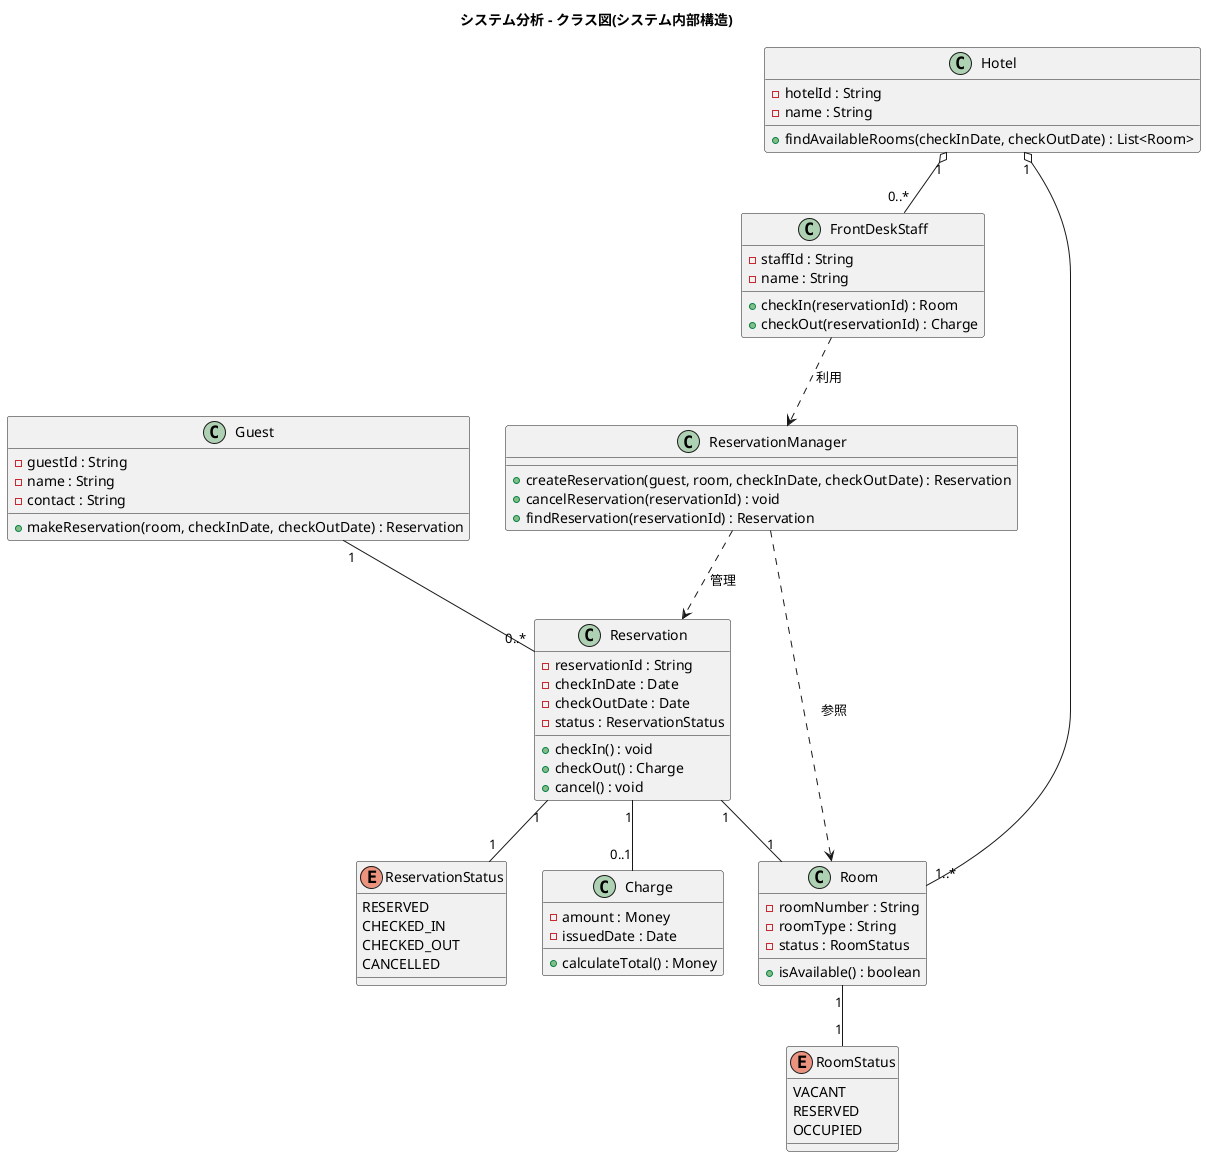
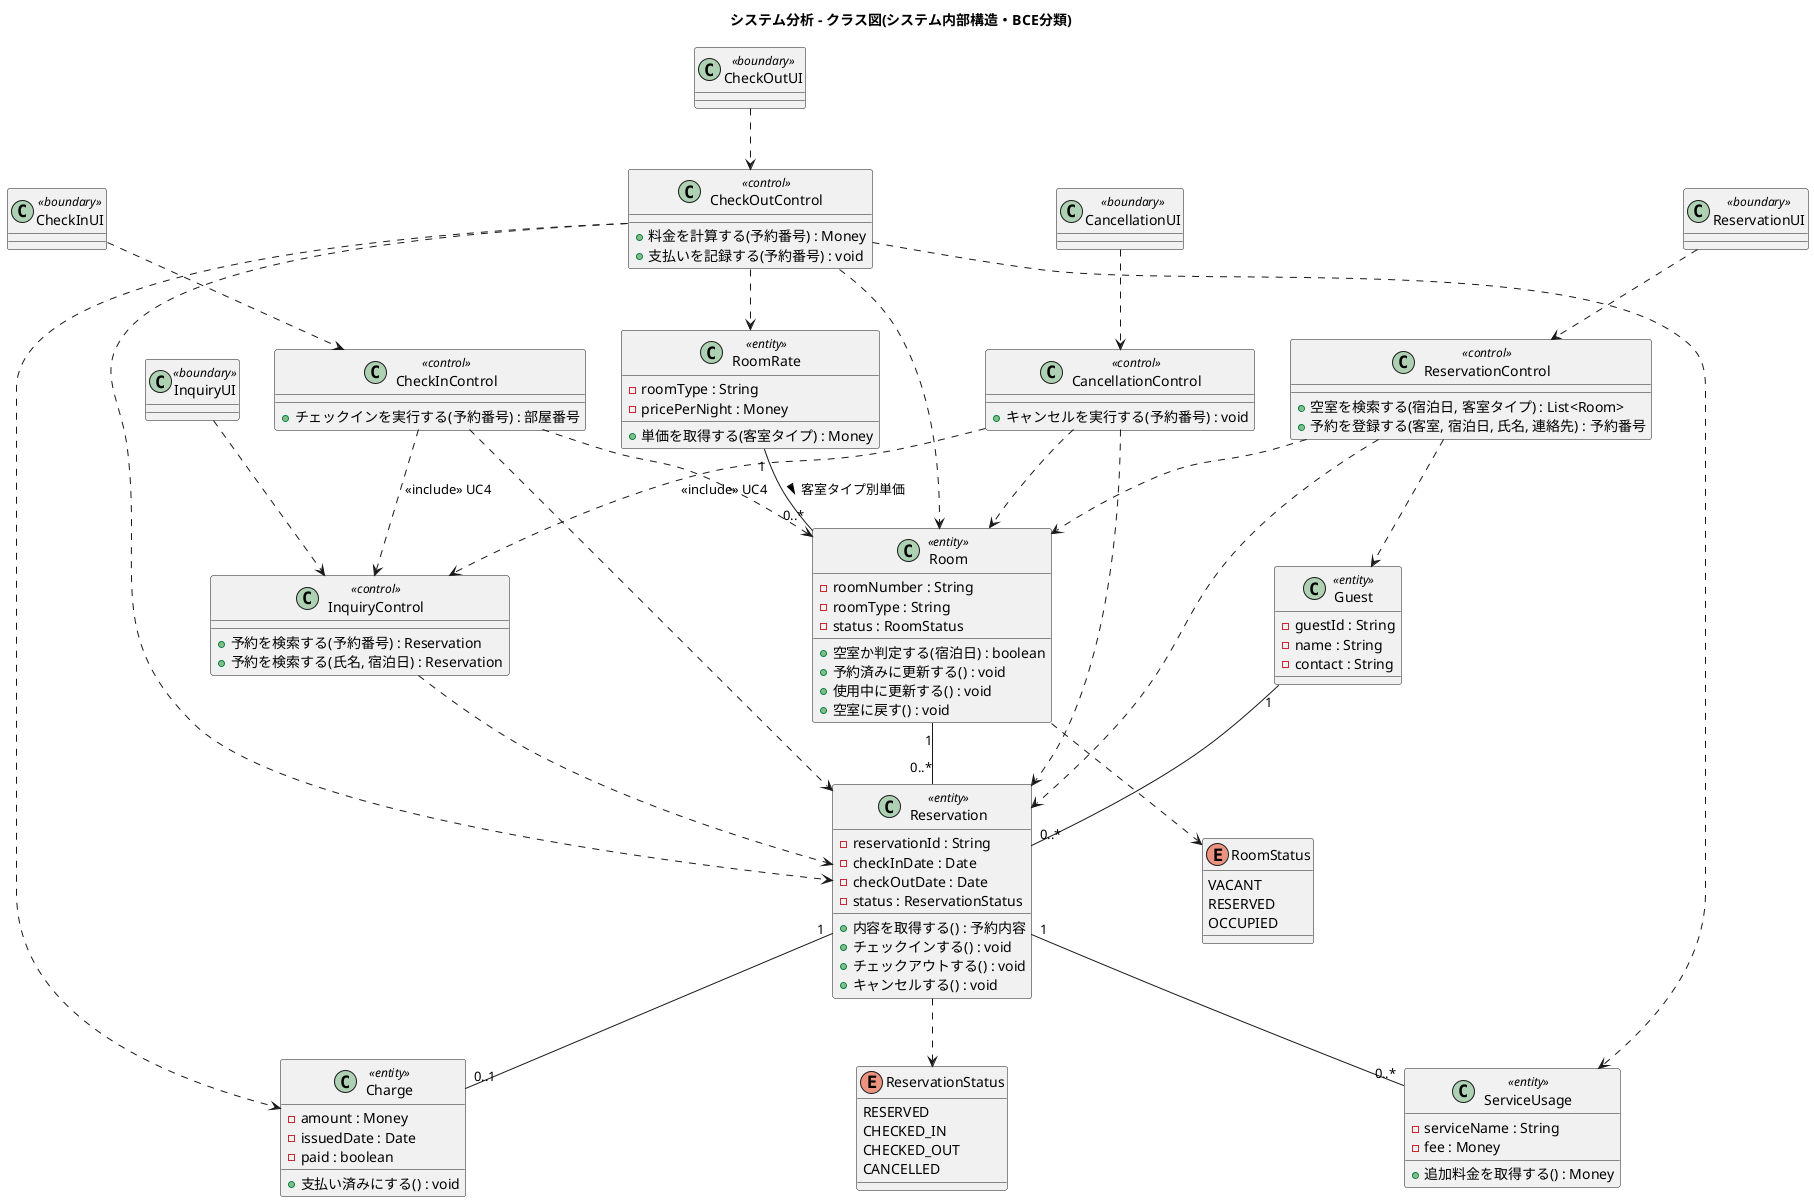
@startuml system_class_diagram
- title システム分析 - クラス図(システム内部構造)
+ title システム分析 - クラス図(システム内部構造・BCE分類)

- class Guest {
+ ' アクター(利用者・フロント係)はシステム外部のためクラスとしては扱わない。
+ ' Guestは利用者の「記録」を保持するエンティティ。
+ ' 操作名はコラボレーション図(08a〜08e)のメッセージ名と一対一に対応させる。
+ 
+ ' ===== バウンダリ =====
+ class ReservationUI <<boundary>>
+ class InquiryUI <<boundary>>
+ class CheckInUI <<boundary>>
+ class CheckOutUI <<boundary>>
+ class CancellationUI <<boundary>>
+ 
+ ' ===== コントロール =====
+ class ReservationControl <<control>> {
+   +空室を検索する(宿泊日, 客室タイプ) : List<Room>
+   +予約を登録する(客室, 宿泊日, 氏名, 連絡先) : 予約番号
+ }
+ class InquiryControl <<control>> {
+   +予約を検索する(予約番号) : Reservation
+   +予約を検索する(氏名, 宿泊日) : Reservation
+ }
+ class CheckInControl <<control>> {
+   +チェックインを実行する(予約番号) : 部屋番号
+ }
+ class CheckOutControl <<control>> {
+   +料金を計算する(予約番号) : Money
+   +支払いを記録する(予約番号) : void
+ }
+ class CancellationControl <<control>> {
+   +キャンセルを実行する(予約番号) : void
+ }
+ 
+ ' ===== エンティティ =====
+ class Guest <<entity>> {
  -guestId : String
  -name : String
  -contact : String
-   +makeReservation(room, checkInDate, checkOutDate) : Reservation
}
- 
- class FrontDeskStaff {
-   -staffId : String
-   -name : String
-   +checkIn(reservationId) : Room
-   +checkOut(reservationId) : Charge
+ class Reservation <<entity>> {
+   -reservationId : String
+   -checkInDate : Date
+   -checkOutDate : Date
+   -status : ReservationStatus
+   +内容を取得する() : 予約内容
+   +チェックインする() : void
+   +チェックアウトする() : void
+   +キャンセルする() : void
}
- 
- class Hotel {
-   -hotelId : String
-   -name : String
-   +findAvailableRooms(checkInDate, checkOutDate) : List<Room>
- }
- 
- class Room {
+ class Room <<entity>> {
  -roomNumber : String
  -roomType : String
  -status : RoomStatus
-   +isAvailable() : boolean
+   +空室か判定する(宿泊日) : boolean
+   +予約済みに更新する() : void
+   +使用中に更新する() : void
+   +空室に戻す() : void
+ }
+ class RoomRate <<entity>> {
+   -roomType : String
+   -pricePerNight : Money
+   +単価を取得する(客室タイプ) : Money
+ }
+ class ServiceUsage <<entity>> {
+   -serviceName : String
+   -fee : Money
+   +追加料金を取得する() : Money
+ }
+ class Charge <<entity>> {
+   -amount : Money
+   -issuedDate : Date
+   -paid : boolean
+   +支払い済みにする() : void
}

enum RoomStatus {
  VACANT
  RESERVED
  OCCUPIED
}
- 
- class ReservationManager {
-   +createReservation(guest, room, checkInDate, checkOutDate) : Reservation
-   +cancelReservation(reservationId) : void
-   +findReservation(reservationId) : Reservation
- }
- 
- class Reservation {
-   -reservationId : String
-   -checkInDate : Date
-   -checkOutDate : Date
-   -status : ReservationStatus
-   +checkIn() : void
-   +checkOut() : Charge
-   +cancel() : void
- }
- 
enum ReservationStatus {
  RESERVED
  CHECKED_IN
  CHECKED_OUT
  CANCELLED
}

- class Charge {
-   -amount : Money
-   -issuedDate : Date
-   +calculateTotal() : Money
- }
+ ' ===== エンティティ間の関連(多重度はコラボレーション図のオブジェクト数と対応) =====
+ Guest "1" -- "0..*" Reservation
+ Room "1" -- "0..*" Reservation
+ Reservation "1" -- "0..1" Charge
+ Reservation "1" -- "0..*" ServiceUsage
+ RoomRate "1" -- "0..*" Room : 客室タイプ別単価 >
+ Room ..> RoomStatus
+ Reservation ..> ReservationStatus

- Hotel "1" o-- "1..*" Room
- Hotel "1" o-- "0..*" FrontDeskStaff
- Guest "1" -- "0..*" Reservation
- Reservation "1" -- "1" Room
- Reservation "1" -- "0..1" Charge
- Room "1" -- "1" RoomStatus
- Reservation "1" -- "1" ReservationStatus
- ReservationManager ..> Reservation : 管理
- ReservationManager ..> Room : 参照
- FrontDeskStaff ..> ReservationManager : 利用
+ ' ===== バウンダリ → コントロール =====
+ ReservationUI ..> ReservationControl
+ InquiryUI ..> InquiryControl
+ CheckInUI ..> CheckInControl
+ CheckOutUI ..> CheckOutControl
+ CancellationUI ..> CancellationControl
+ 
+ ' ===== コントロール → コントロール(ユースケースのinclude) =====
+ CheckInControl ..> InquiryControl : <<include>> UC4
+ CancellationControl ..> InquiryControl : <<include>> UC4
+ 
+ ' ===== コントロール → エンティティ =====
+ ReservationControl ..> Room
+ ReservationControl ..> Guest
+ ReservationControl ..> Reservation
+ InquiryControl ..> Reservation
+ CheckInControl ..> Reservation
+ CheckInControl ..> Room
+ CheckOutControl ..> Reservation
+ CheckOutControl ..> RoomRate
+ CheckOutControl ..> ServiceUsage
+ CheckOutControl ..> Charge
+ CheckOutControl ..> Room
+ CancellationControl ..> Reservation
+ CancellationControl ..> Room

@enduml
